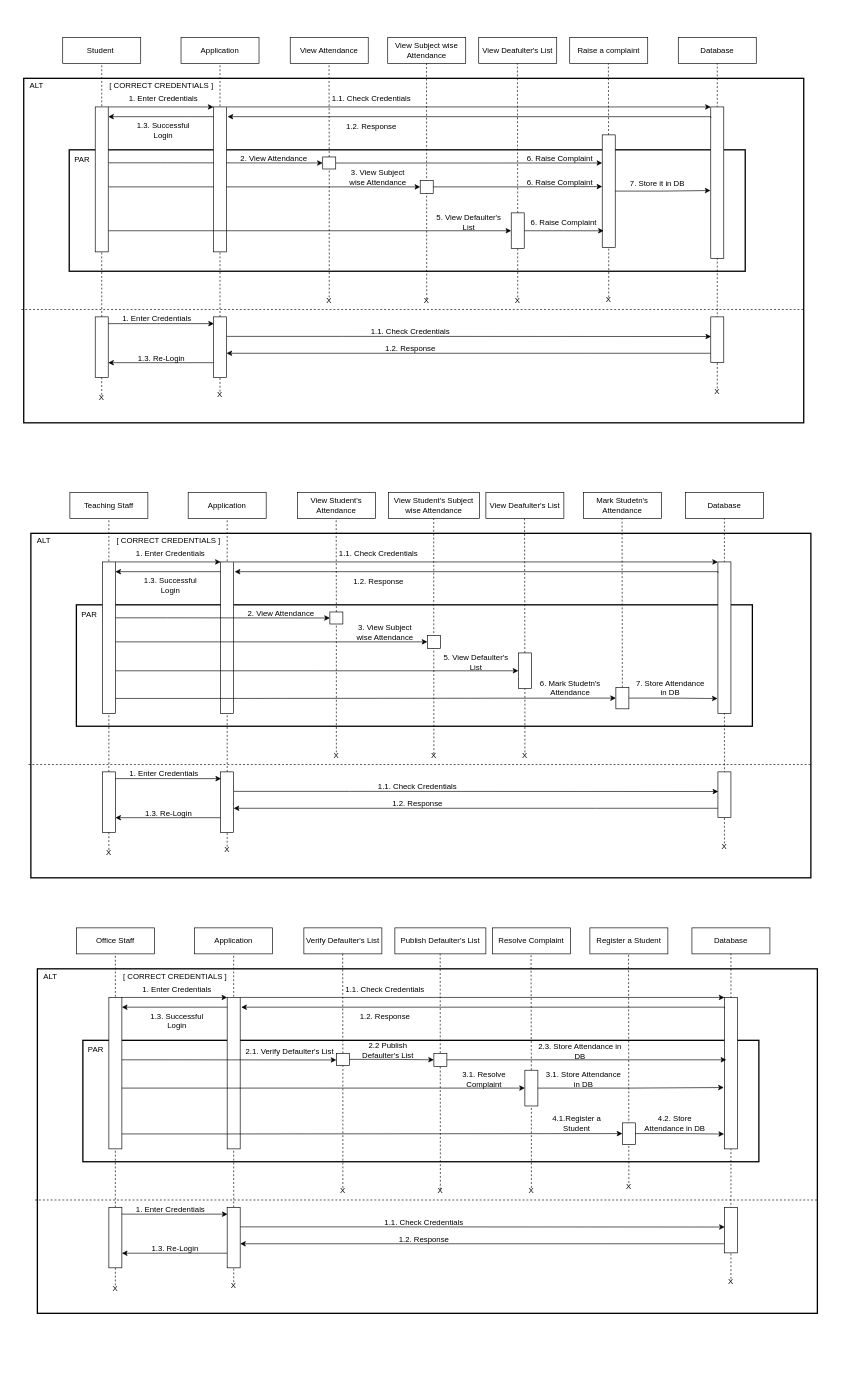
Earlier version of the draw.io diagram SE PRAC/LAB 4/Sequence.drawio (angreatharva/SPIT-FYMCA). Source tidied: cells renumbered, new cells numbered last; positions are measured from the earlier drawing's top-left corner, leaving out a move shared by most shapes. Both pictures are drawn from the tidied source at 65%, with x=0, y=0 at pixel (17, 37).
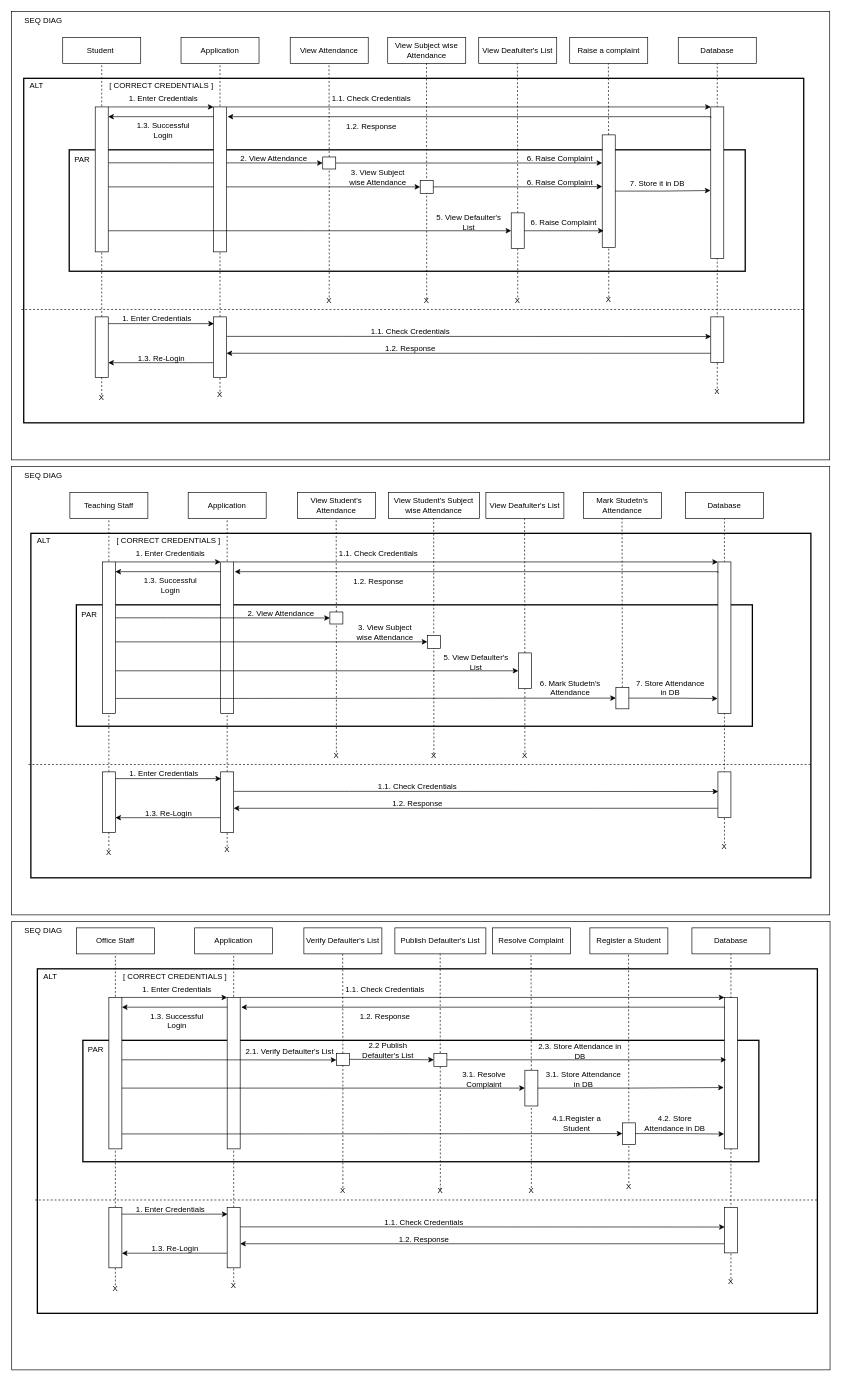
Above is the later version.

Change to the diagram source:
```diff
@@
+    <mxCell id="211" style="rounded=0;whiteSpace=wrap;html=1;" parent="1" vertex="1">
+      <mxGeometry x="-8.5" y="1360" width="1259" height="690" as="geometry" />
+    </mxCell>
+    <mxCell id="212" style="rounded=0;whiteSpace=wrap;html=1;" parent="1" vertex="1">
+      <mxGeometry x="-9" y="660" width="1259" height="690" as="geometry" />
+    </mxCell>
+    <mxCell id="213" style="rounded=0;whiteSpace=wrap;html=1;" parent="1" vertex="1">
+      <mxGeometry x="-9" y="-40" width="1259" height="690" as="geometry" />
+    </mxCell>
@@
+    <mxCell id="214" value="SEQ DIAG" style="text;html=1;align=center;verticalAlign=middle;whiteSpace=wrap;rounded=0;" parent="1" vertex="1">
+      <mxGeometry x="-9" y="-40" width="99" height="30" as="geometry" />
+    </mxCell>
+    <mxCell id="215" value="SEQ DIAG" style="text;html=1;align=center;verticalAlign=middle;whiteSpace=wrap;rounded=0;" parent="1" vertex="1">
+      <mxGeometry x="-9" y="660" width="99" height="30" as="geometry" />
+    </mxCell>
+    <mxCell id="216" value="SEQ DIAG" style="text;html=1;align=center;verticalAlign=middle;whiteSpace=wrap;rounded=0;" parent="1" vertex="1">
+      <mxGeometry x="-9" y="1360" width="99" height="30" as="geometry" />
+    </mxCell>
```
